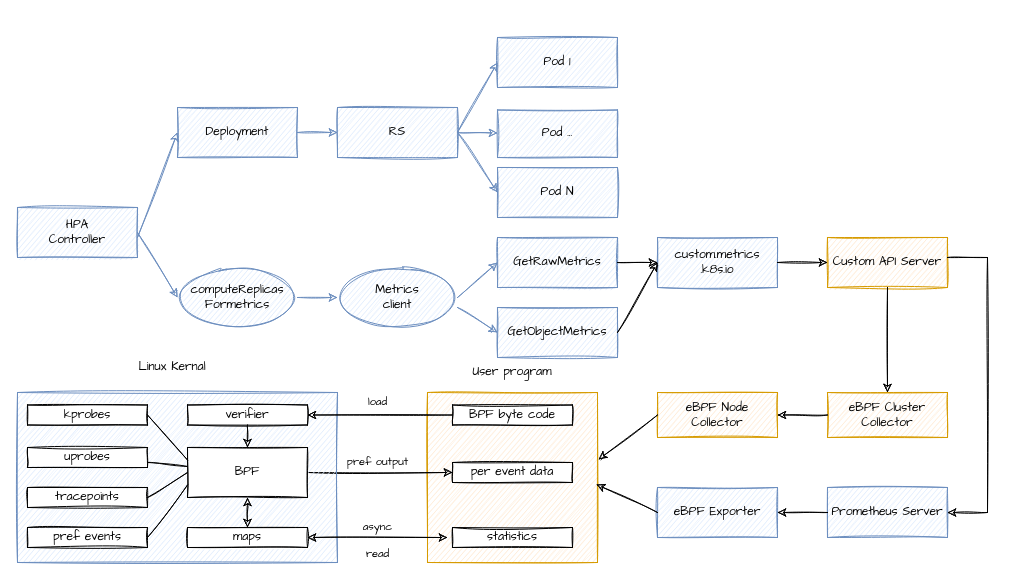
Above: Untitled Diagram.drawio in wrongerror/diagrams (draw.io), before the change. Source tidied: cells renumbered, new cells numbered last; positions are measured from the earlier drawing's top-left corner, leaving out a move shared by most shapes. Both pictures are drawn from the tidied source at 100%, with x=0, y=0 at pixel (17, 37).
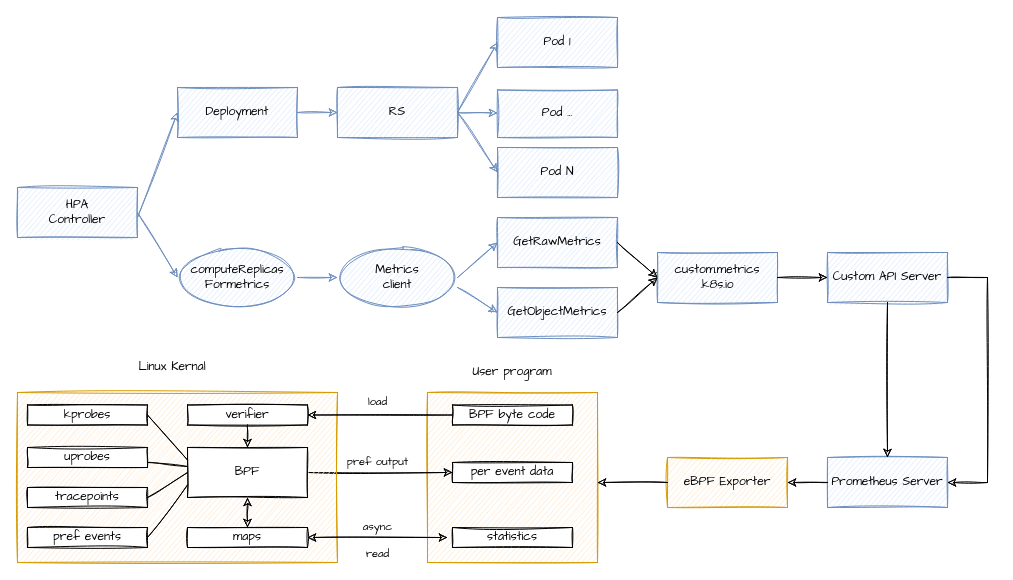
The same diagram, later.

Unchanged cells that the change refers to:
```xml
<mxCell id="28" style="whiteSpace=wrap;html=1;sketch=1;fillStyle=auto;fontFamily=Comic Sans MS;fillColor=#ffe6cc;strokeColor=#d79b00;" parent="27" vertex="1">
  <mxGeometry width="170" height="170" as="geometry" />
</mxCell>
```

What changed in the source:
```diff
@@
     <mxCell id="2" value="HPA&lt;br&gt;Controller" style="rounded=0;whiteSpace=wrap;html=1;sketch=1;fillStyle=auto;fontFamily=Comic Sans MS;fillColor=#dae8fc;strokeColor=#6c8ebf;" parent="1" vertex="1">
-      <mxGeometry y="170" width="120" height="50" as="geometry" />
+      <mxGeometry y="150" width="120" height="50" as="geometry" />
     </mxCell>
     <mxCell id="3" value="Deployment" style="rounded=0;whiteSpace=wrap;html=1;sketch=1;fillStyle=auto;fontFamily=Comic Sans MS;fillColor=#dae8fc;strokeColor=#6c8ebf;" parent="1" vertex="1">
-      <mxGeometry x="160" y="70" width="120" height="50" as="geometry" />
+      <mxGeometry x="160" y="50" width="120" height="50" as="geometry" />
     </mxCell>
     <mxCell id="4" style="endArrow=classic;html=1;rounded=0;fontFamily=Comic Sans MS;entryX=0;entryY=0.5;entryDx=0;entryDy=0;sketch=1;fillColor=#dae8fc;strokeColor=#6c8ebf;" parent="1" edge="1" target="3">
       <mxGeometry relative="1" as="geometry">
-        <mxPoint x="120" y="200" as="sourcePoint" />
+        <mxPoint x="120" y="180" as="sourcePoint" />
       </mxGeometry>
     </mxCell>
     <mxCell id="5" value="computeReplicas&lt;br&gt;Formetrics" style="ellipse;whiteSpace=wrap;html=1;sketch=1;fillStyle=auto;fontFamily=Comic Sans MS;fillColor=#dae8fc;strokeColor=#6c8ebf;" parent="1" vertex="1">
-      <mxGeometry x="160" y="230" width="120" height="60" as="geometry" />
+      <mxGeometry x="160" y="210" width="120" height="60" as="geometry" />
     </mxCell>
@@
     <mxCell id="7" value="Metrics&lt;br&gt;client" style="ellipse;whiteSpace=wrap;html=1;sketch=1;fillStyle=auto;fontFamily=Comic Sans MS;fillColor=#dae8fc;strokeColor=#6c8ebf;" parent="1" vertex="1">
-      <mxGeometry x="320" y="230" width="120" height="60" as="geometry" />
+      <mxGeometry x="320" y="210" width="120" height="60" as="geometry" />
     </mxCell>
@@
     <mxCell id="9" value="RS" style="rounded=0;whiteSpace=wrap;html=1;sketch=1;fillStyle=auto;fontFamily=Comic Sans MS;fillColor=#dae8fc;strokeColor=#6c8ebf;" parent="1" vertex="1">
-      <mxGeometry x="320" y="70" width="120" height="50" as="geometry" />
+      <mxGeometry x="320" y="50" width="120" height="50" as="geometry" />
     </mxCell>
@@
     <mxCell id="11" value="GetRawMetrics" style="rounded=0;whiteSpace=wrap;html=1;sketch=1;fillStyle=auto;fontFamily=Comic Sans MS;fillColor=#dae8fc;strokeColor=#6c8ebf;" parent="1" vertex="1">
-      <mxGeometry x="480" y="200" width="120" height="50" as="geometry" />
+      <mxGeometry x="480" y="180" width="120" height="50" as="geometry" />
     </mxCell>
     <mxCell id="12" value="GetObjectMetrics" style="rounded=0;whiteSpace=wrap;html=1;sketch=1;fillStyle=auto;fontFamily=Comic Sans MS;fillColor=#dae8fc;strokeColor=#6c8ebf;" parent="1" vertex="1">
-      <mxGeometry x="480" y="270" width="120" height="50" as="geometry" />
+      <mxGeometry x="480" y="250" width="120" height="50" as="geometry" />
     </mxCell>
@@
     <mxCell id="14" style="endArrow=classic;html=1;rounded=0;sketch=1;fontFamily=Comic Sans MS;entryX=0;entryY=0.5;entryDx=0;entryDy=0;fillColor=#dae8fc;strokeColor=#6c8ebf;" parent="1" edge="1" target="12">
       <mxGeometry relative="1" as="geometry">
-        <mxPoint x="440" y="270" as="sourcePoint" />
+        <mxPoint x="440" y="250" as="sourcePoint" />
       </mxGeometry>
     </mxCell>
     <mxCell id="15" value="Pod 1" style="rounded=0;whiteSpace=wrap;html=1;sketch=1;fillStyle=auto;fontFamily=Comic Sans MS;fillColor=#dae8fc;strokeColor=#6c8ebf;" parent="1" vertex="1">
-      <mxGeometry x="480" width="120" height="50" as="geometry" />
+      <mxGeometry x="480" y="-20" width="120" height="50" as="geometry" />
     </mxCell>
     <mxCell id="16" value="Pod ..." style="rounded=0;whiteSpace=wrap;html=1;sketch=1;fillStyle=auto;fontFamily=Comic Sans MS;fillColor=#dae8fc;strokeColor=#6c8ebf;" parent="1" vertex="1">
-      <mxGeometry x="480" y="72.5" width="120" height="47.5" as="geometry" />
+      <mxGeometry x="480" y="52.5" width="120" height="47.5" as="geometry" />
     </mxCell>
     <mxCell id="17" value="Pod N" style="rounded=0;whiteSpace=wrap;html=1;sketch=1;fillStyle=auto;fontFamily=Comic Sans MS;fillColor=#dae8fc;strokeColor=#6c8ebf;" parent="1" vertex="1">
-      <mxGeometry x="480" y="130" width="120" height="50" as="geometry" />
+      <mxGeometry x="480" y="110" width="120" height="50" as="geometry" />
     </mxCell>
@@
     <mxCell id="21" value="custom.metrics&lt;br&gt;.k8s.io" style="rounded=0;whiteSpace=wrap;html=1;sketch=1;fillStyle=auto;fontFamily=Comic Sans MS;fillColor=#dae8fc;strokeColor=#6c8ebf;" parent="1" vertex="1">
-      <mxGeometry x="640" y="200" width="120" height="50" as="geometry" />
+      <mxGeometry x="640" y="215" width="120" height="50" as="geometry" />
     </mxCell>
-    <mxCell id="22" value="Custom API Server" style="rounded=0;whiteSpace=wrap;html=1;sketch=1;fillStyle=auto;fontFamily=Comic Sans MS;fillColor=#ffe6cc;strokeColor=#d79b00;" parent="1" vertex="1">
-      <mxGeometry x="810" y="200" width="120" height="50" as="geometry" />
+    <mxCell id="22" value="Custom API Server" style="rounded=0;whiteSpace=wrap;html=1;sketch=1;fillStyle=auto;fontFamily=Comic Sans MS;fillColor=#dae8fc;strokeColor=#6c8ebf;" parent="1" vertex="1">
+      <mxGeometry x="810" y="215" width="120" height="50" as="geometry" />
     </mxCell>
     <mxCell id="23" value="Prometheus Server" style="rounded=0;whiteSpace=wrap;html=1;sketch=1;fillStyle=auto;fontFamily=Comic Sans MS;fillColor=#dae8fc;strokeColor=#6c8ebf;" parent="1" vertex="1">
-      <mxGeometry x="810" y="450" width="120" height="50" as="geometry" />
+      <mxGeometry x="810" y="420" width="120" height="50" as="geometry" />
     </mxCell>
-    <mxCell id="24" value="eBPF Exporter" style="rounded=0;whiteSpace=wrap;html=1;sketch=1;fillStyle=auto;fontFamily=Comic Sans MS;fillColor=#dae8fc;strokeColor=#6c8ebf;" parent="1" vertex="1">
-      <mxGeometry x="640" y="450" width="120" height="50" as="geometry" />
+    <mxCell id="24" value="eBPF Exporter" style="rounded=0;whiteSpace=wrap;html=1;sketch=1;fillStyle=auto;fontFamily=Comic Sans MS;fillColor=#ffe6cc;strokeColor=#d79b00;" parent="1" vertex="1">
+      <mxGeometry x="650" y="420" width="120" height="50" as="geometry" />
     </mxCell>
-    <mxCell id="25" value="eBPF Cluster Collector" style="rounded=0;whiteSpace=wrap;html=1;sketch=1;fillStyle=auto;fontFamily=Comic Sans MS;fillColor=#ffe6cc;strokeColor=#d79b00;" parent="1" vertex="1">
-      <mxGeometry x="810" y="355" width="120" height="45" as="geometry" />
-    </mxCell>
-    <mxCell id="26" value="&lt;span style=&quot;&quot;&gt;eBPF Node&lt;br&gt;Collector&lt;br&gt;&lt;/span&gt;" style="rounded=0;whiteSpace=wrap;html=1;sketch=1;fillStyle=auto;fontFamily=Comic Sans MS;fillColor=#ffe6cc;strokeColor=#d79b00;" parent="1" vertex="1">
-      <mxGeometry x="640" y="355" width="120" height="45" as="geometry" />
-    </mxCell>
@@
-    <mxCell id="32" style="endArrow=classic;html=1;rounded=0;sketch=1;fontFamily=Comic Sans MS;exitX=0;exitY=0.5;exitDx=0;exitDy=0;entryX=1.006;entryY=0.394;entryDx=0;entryDy=0;entryPerimeter=0;" parent="1" edge="1" source="26" target="28">
-      <mxGeometry relative="1" as="geometry" />
-    </mxCell>
@@
-    <mxCell id="34" style="rounded=0;whiteSpace=wrap;html=1;sketch=1;fillStyle=auto;fontFamily=Comic Sans MS;fillColor=#dae8fc;strokeColor=#6c8ebf;align=left;spacingTop=-120;" parent="1" vertex="1">
+    <mxCell id="34" style="rounded=0;whiteSpace=wrap;html=1;sketch=1;fillStyle=auto;fontFamily=Comic Sans MS;fillColor=#ffe6cc;strokeColor=#d79b00;align=left;spacingTop=-120;" parent="1" vertex="1">
       <mxGeometry y="355" width="320" height="170" as="geometry" />
     </mxCell>
@@
-    <mxCell id="42" style="endArrow=classic;html=1;rounded=0;sketch=1;fontFamily=Comic Sans MS;exitX=0;exitY=0.5;exitDx=0;exitDy=0;entryX=0.994;entryY=0.541;entryDx=0;entryDy=0;entryPerimeter=0;" parent="1" edge="1" source="24" target="28">
-      <mxGeometry relative="1" as="geometry" />
+    <mxCell id="42" style="endArrow=classic;html=1;rounded=0;sketch=1;fontFamily=Comic Sans MS;exitX=0;exitY=0.5;exitDx=0;exitDy=0;" parent="1" edge="1" source="24">
+      <mxGeometry relative="1" as="geometry">
+        <mxPoint x="580" y="445" as="targetPoint" />
+      </mxGeometry>
     </mxCell>
@@
-    <mxCell id="56" style="endArrow=classic;html=1;rounded=0;sketch=1;fontFamily=Comic Sans MS;entryX=0.5;entryY=0;entryDx=0;entryDy=0;" parent="1" edge="1" source="22" target="25">
-      <mxGeometry relative="1" as="geometry" />
+    <mxCell id="56" style="endArrow=classic;html=1;rounded=0;sketch=1;fontFamily=Comic Sans MS;" parent="1" edge="1" source="22">
+      <mxGeometry relative="1" as="geometry">
+        <mxPoint x="870" y="420" as="targetPoint" />
+      </mxGeometry>
     </mxCell>
-    <mxCell id="57" style="endArrow=classic;html=1;rounded=0;sketch=1;fontFamily=Comic Sans MS;entryX=1;entryY=0.5;entryDx=0;entryDy=0;" parent="1" edge="1" target="23">
+    <mxCell id="57" style="endArrow=classic;html=1;rounded=0;sketch=1;fontFamily=Comic Sans MS;entryX=1;entryY=0.5;entryDx=0;entryDy=0;exitX=1;exitY=0.5;exitDx=0;exitDy=0;" parent="1" edge="1" source="22" target="23">
       <mxGeometry relative="1" as="geometry">
-        <mxPoint x="930" y="220" as="sourcePoint" />
         <Array as="points">
-          <mxPoint x="970" y="220" />
-          <mxPoint x="970" y="475" />
+          <mxPoint x="970" y="240" />
+          <mxPoint x="970" y="445" />
         </Array>
       </mxGeometry>
     </mxCell>
-    <mxCell id="58" style="endArrow=classic;html=1;rounded=0;sketch=1;fontFamily=Comic Sans MS;entryX=1;entryY=0.5;entryDx=0;entryDy=0;exitX=0;exitY=0.5;exitDx=0;exitDy=0;" parent="1" edge="1" source="25" target="26">
-      <mxGeometry relative="1" as="geometry" />
-    </mxCell>
```
